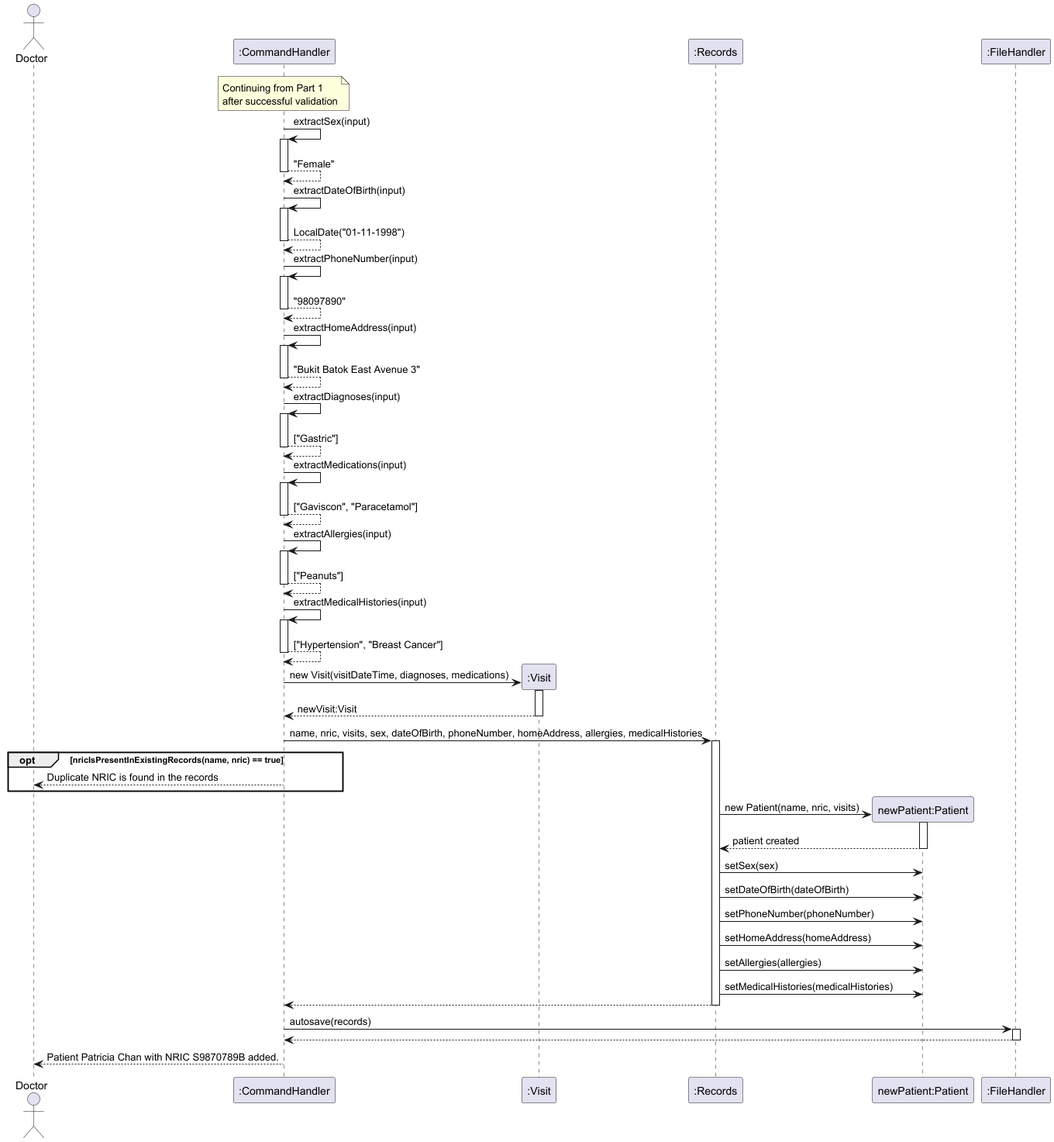
Before: docs/NewPatientSequenceDiagram_2.png, a diagram exported from PlantUML (yentheng0110/tp).
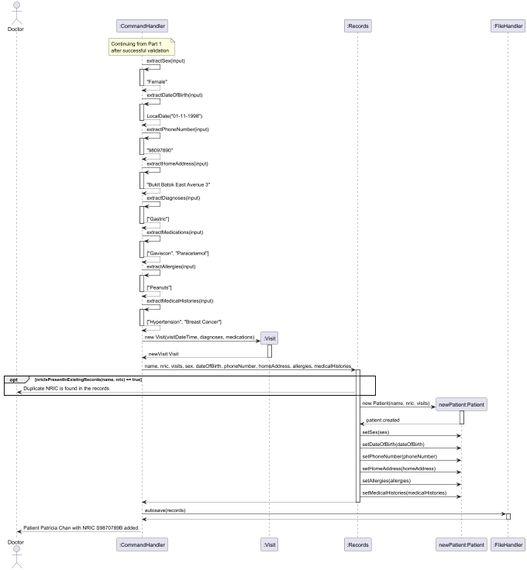
After the change.

Commit message:
Fix issue of diagram for DG

Change to the diagram source:
```diff
@@ -38,7 +38,7 @@
 ":CommandHandler" -> ":Records" ++: name, nric, visits, sex, dateOfBirth, phoneNumber, homeAddress, allergies, medicalHistories
 
 opt nricIsPresentInExistingRecords(name, nric) == true
-    Doctor <-- ":CommandHandler" : Duplicate NRIC is found in the records
+    Doctor <-- ":Records" : Duplicate NRIC is found in the records
     end
 
 create "newPatient:Patient"
```
